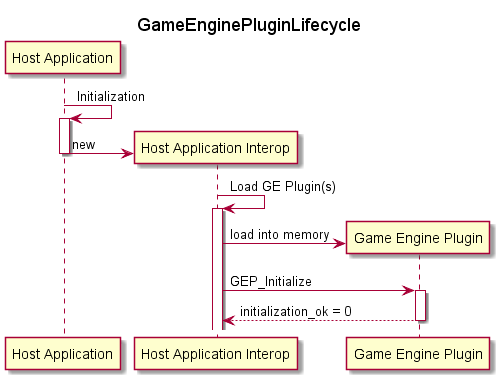
Before: GameEnginePlugin/Docs/GameEnginePluginLifecycle.png, a diagram exported from PlantUML (stevostj/Sandbox).
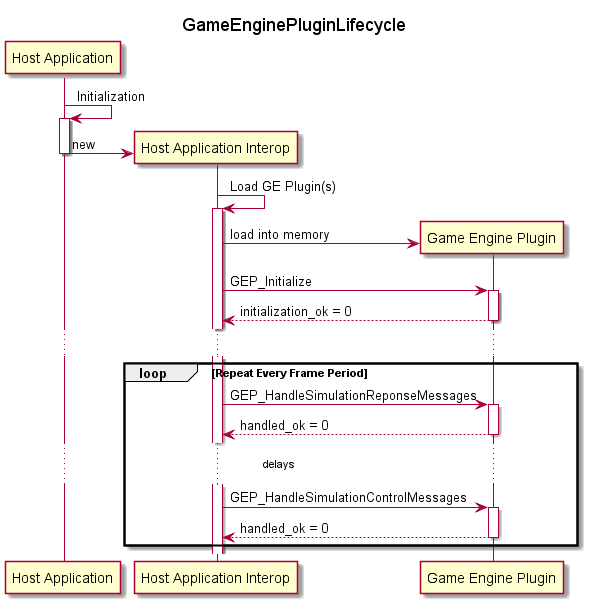
The same diagram one commit later.

Change to the diagram source:
```diff
@@ -21,8 +21,19 @@
 activate GEP
 GEP --> HAI: initialization_ok = 0
 deactivate GEP
+...
 
-
+loop Repeat Every Frame Period
+HAI -> GEP: GEP_HandleSimulationReponseMessages
+activate GEP
+GEP --> HAI: handled_ok = 0
+deactivate GEP
+... delays ...
+HAI -> GEP: GEP_HandleSimulationControlMessages
+activate GEP
+GEP --> HAI: handled_ok = 0
+deactivate GEP
+end
 
 
 
```
